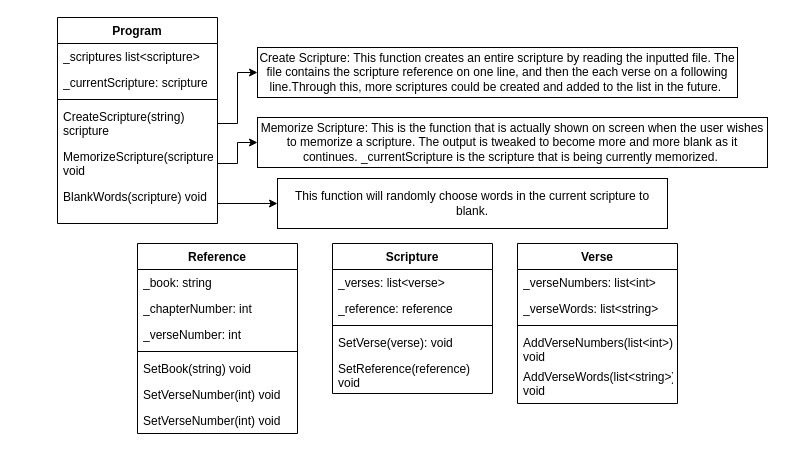
Earlier version of the draw.io diagram ScriptureProjectDesign.drawio (Jebthegamer/cse210_hw). Source tidied: cells renumbered, new cells numbered last; positions are measured from the earlier drawing's top-left corner, leaving out a move shared by most shapes. Both pictures are drawn from the tidied source at 100%, with x=0, y=0 at pixel (57, 17).
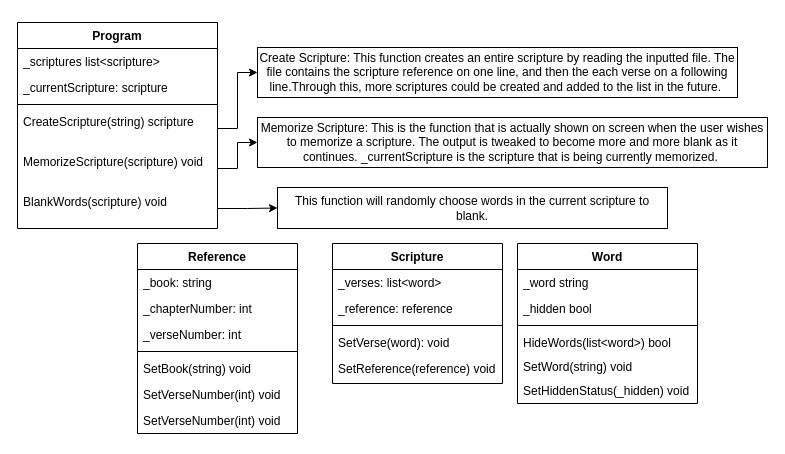
The same diagram, later.

What changed in the source:
```diff
@@
     <mxCell id="2" value="Scripture" style="swimlane;fontStyle=1;align=center;verticalAlign=top;horizontal=1;startSize=26;whiteSpace=wrap;html=1;" parent="1" vertex="1">
-      <mxGeometry x="275" y="226" width="160" height="150" as="geometry" />
+      <mxGeometry x="275" y="226" width="170" height="140" as="geometry" />
     </mxCell>
-    <mxCell id="3" value="_verses: list&amp;lt;verse&amp;gt;" style="text;strokeColor=none;fillColor=none;align=left;verticalAlign=top;spacingLeft=4;spacingRight=4;overflow=hidden;whiteSpace=wrap;html=1;" parent="2" vertex="1">
-      <mxGeometry y="26" width="160" height="26" as="geometry" />
+    <mxCell id="3" value="_verses: list&amp;lt;word&amp;gt;" style="text;strokeColor=none;fillColor=none;align=left;verticalAlign=top;spacingLeft=4;spacingRight=4;overflow=hidden;whiteSpace=wrap;html=1;" parent="2" vertex="1">
+      <mxGeometry y="26" width="170" height="26" as="geometry" />
     </mxCell>
     <mxCell id="4" value="_reference: reference" style="text;strokeColor=none;fillColor=none;align=left;verticalAlign=top;spacingLeft=4;spacingRight=4;overflow=hidden;whiteSpace=wrap;html=1;" parent="2" vertex="1">
-      <mxGeometry y="52" width="160" height="26" as="geometry" />
+      <mxGeometry y="52" width="170" height="26" as="geometry" />
     </mxCell>
     <mxCell id="5" style="line;strokeWidth=1;fillColor=none;align=left;verticalAlign=middle;spacingTop=-1;spacingLeft=3;spacingRight=3;labelPosition=right;strokeColor=inherit;" parent="2" vertex="1">
-      <mxGeometry y="78" width="160" height="8" as="geometry" />
+      <mxGeometry y="78" width="170" height="8" as="geometry" />
     </mxCell>
-    <mxCell id="6" value="SetVerse(verse): void" style="text;strokeColor=none;fillColor=none;align=left;verticalAlign=top;spacingLeft=4;spacingRight=4;overflow=hidden;whiteSpace=wrap;html=1;" parent="2" vertex="1">
-      <mxGeometry y="86" width="160" height="26" as="geometry" />
+    <mxCell id="6" value="SetVerse(word): void" style="text;strokeColor=none;fillColor=none;align=left;verticalAlign=top;spacingLeft=4;spacingRight=4;overflow=hidden;whiteSpace=wrap;html=1;" parent="2" vertex="1">
+      <mxGeometry y="86" width="170" height="26" as="geometry" />
     </mxCell>
     <mxCell id="7" value="SetReference(reference) void" style="text;strokeColor=none;fillColor=none;align=left;verticalAlign=top;spacingLeft=4;spacingRight=4;overflow=hidden;whiteSpace=wrap;html=1;" parent="2" vertex="1">
-      <mxGeometry y="112" width="160" height="38" as="geometry" />
+      <mxGeometry y="112" width="170" height="28" as="geometry" />
     </mxCell>
@@
-    <mxCell id="16" value="Verse" style="swimlane;fontStyle=1;align=center;verticalAlign=top;horizontal=1;startSize=26;whiteSpace=wrap;html=1;" parent="1" vertex="1">
-      <mxGeometry x="460" y="226" width="160" height="160" as="geometry" />
-    </mxCell>
-    <mxCell id="17" value="_verseNumbers: list&amp;lt;int&amp;gt;" style="text;strokeColor=none;fillColor=none;align=left;verticalAlign=top;spacingLeft=4;spacingRight=4;overflow=hidden;whiteSpace=wrap;html=1;" parent="16" vertex="1">
-      <mxGeometry y="26" width="160" height="26" as="geometry" />
-    </mxCell>
-    <mxCell id="18" value="_verseWords: list&amp;lt;string&amp;gt;" style="text;strokeColor=none;fillColor=none;align=left;verticalAlign=top;spacingLeft=4;spacingRight=4;overflow=hidden;whiteSpace=wrap;html=1;" parent="16" vertex="1">
-      <mxGeometry y="52" width="160" height="26" as="geometry" />
-    </mxCell>
-    <mxCell id="19" style="line;strokeWidth=1;fillColor=none;align=left;verticalAlign=middle;spacingTop=-1;spacingLeft=3;spacingRight=3;labelPosition=right;strokeColor=inherit;" parent="16" vertex="1">
-      <mxGeometry y="78" width="160" height="8" as="geometry" />
-    </mxCell>
-    <mxCell id="20" value="AddVerseNumbers(list&amp;lt;int&amp;gt;):&lt;br&gt;void" style="text;strokeColor=none;fillColor=none;align=left;verticalAlign=top;spacingLeft=4;spacingRight=4;overflow=hidden;whiteSpace=wrap;html=1;" parent="16" vertex="1">
-      <mxGeometry y="86" width="160" height="34" as="geometry" />
-    </mxCell>
-    <mxCell id="21" value="AddVerseWords(list&amp;lt;string&amp;gt;)&lt;br&gt;void" style="text;strokeColor=none;fillColor=none;align=left;verticalAlign=top;spacingLeft=4;spacingRight=4;overflow=hidden;whiteSpace=wrap;html=1;" parent="16" vertex="1">
-      <mxGeometry y="120" width="160" height="40" as="geometry" />
-    </mxCell>
@@
     <mxCell id="23" value="Program" style="swimlane;fontStyle=1;align=center;verticalAlign=top;horizontal=1;startSize=26;whiteSpace=wrap;html=1;" parent="1" vertex="1">
-      <mxGeometry width="160" height="206" as="geometry" />
+      <mxGeometry x="-40" y="5" width="200" height="206" as="geometry" />
     </mxCell>
     <mxCell id="24" value="_scriptures list&amp;lt;scripture&amp;gt;" style="text;strokeColor=none;fillColor=none;align=left;verticalAlign=top;spacingLeft=4;spacingRight=4;overflow=hidden;whiteSpace=wrap;html=1;" parent="23" vertex="1">
-      <mxGeometry y="26" width="160" height="26" as="geometry" />
+      <mxGeometry y="26" width="200" height="26" as="geometry" />
     </mxCell>
     <mxCell id="25" value="_currentScripture: scripture" style="text;strokeColor=none;fillColor=none;align=left;verticalAlign=top;spacingLeft=4;spacingRight=4;overflow=hidden;whiteSpace=wrap;html=1;" parent="23" vertex="1">
-      <mxGeometry y="52" width="160" height="26" as="geometry" />
+      <mxGeometry y="52" width="200" height="26" as="geometry" />
     </mxCell>
     <mxCell id="26" style="line;strokeWidth=1;fillColor=none;align=left;verticalAlign=middle;spacingTop=-1;spacingLeft=3;spacingRight=3;labelPosition=right;strokeColor=inherit;" parent="23" vertex="1">
-      <mxGeometry y="78" width="160" height="8" as="geometry" />
+      <mxGeometry y="78" width="200" height="8" as="geometry" />
     </mxCell>
     <mxCell id="27" value="CreateScripture(string) scripture" style="text;strokeColor=none;fillColor=none;align=left;verticalAlign=top;spacingLeft=4;spacingRight=4;overflow=hidden;points=[[0,0.5],[1,0.5]];portConstraint=eastwest;whiteSpace=wrap;html=1;" parent="23" vertex="1">
-      <mxGeometry y="86" width="160" height="40" as="geometry" />
+      <mxGeometry y="86" width="200" height="40" as="geometry" />
     </mxCell>
     <mxCell id="28" value="MemorizeScripture(scripture) void" style="text;strokeColor=none;fillColor=none;align=left;verticalAlign=top;spacingLeft=4;spacingRight=4;overflow=hidden;points=[[0,0.5],[1,0.5]];portConstraint=eastwest;whiteSpace=wrap;html=1;" parent="23" vertex="1">
-      <mxGeometry y="126" width="160" height="40" as="geometry" />
+      <mxGeometry y="126" width="200" height="40" as="geometry" />
     </mxCell>
     <mxCell id="29" value="BlankWords(scripture) void" style="text;strokeColor=none;fillColor=none;align=left;verticalAlign=top;spacingLeft=4;spacingRight=4;overflow=hidden;points=[[0,0.5],[1,0.5]];portConstraint=eastwest;whiteSpace=wrap;html=1;" parent="23" vertex="1">
-      <mxGeometry y="166" width="160" height="40" as="geometry" />
+      <mxGeometry y="166" width="200" height="40" as="geometry" />
     </mxCell>
@@
     <mxCell id="33" value="This function will randomly choose words in the current scripture to blank." style="html=1;whiteSpace=wrap;" parent="1" vertex="1">
-      <mxGeometry x="220" y="161" width="390" height="50" as="geometry" />
+      <mxGeometry x="220" y="170" width="390" height="41" as="geometry" />
     </mxCell>
@@
+    <mxCell id="35" value="Word" style="swimlane;fontStyle=1;align=center;verticalAlign=top;horizontal=1;startSize=26;whiteSpace=wrap;html=1;" parent="1" vertex="1">
+      <mxGeometry x="460" y="226" width="180" height="160" as="geometry" />
+    </mxCell>
+    <mxCell id="36" value="_word string" style="text;strokeColor=none;fillColor=none;align=left;verticalAlign=top;spacingLeft=4;spacingRight=4;overflow=hidden;whiteSpace=wrap;html=1;" parent="35" vertex="1">
+      <mxGeometry y="26" width="180" height="26" as="geometry" />
+    </mxCell>
+    <mxCell id="37" value="_hidden bool" style="text;strokeColor=none;fillColor=none;align=left;verticalAlign=top;spacingLeft=4;spacingRight=4;overflow=hidden;whiteSpace=wrap;html=1;" parent="35" vertex="1">
+      <mxGeometry y="52" width="180" height="26" as="geometry" />
+    </mxCell>
+    <mxCell id="38" style="line;strokeWidth=1;fillColor=none;align=left;verticalAlign=middle;spacingTop=-1;spacingLeft=3;spacingRight=3;labelPosition=right;strokeColor=inherit;" parent="35" vertex="1">
+      <mxGeometry y="78" width="180" height="8" as="geometry" />
+    </mxCell>
+    <mxCell id="39" value="HideWords(list&amp;lt;word&amp;gt;) bool" style="text;strokeColor=none;fillColor=none;align=left;verticalAlign=top;spacingLeft=4;spacingRight=4;overflow=hidden;whiteSpace=wrap;html=1;" parent="35" vertex="1">
+      <mxGeometry y="86" width="180" height="24" as="geometry" />
+    </mxCell>
+    <mxCell id="40" value="SetWord(string) void" style="text;strokeColor=none;fillColor=none;align=left;verticalAlign=top;spacingLeft=4;spacingRight=4;overflow=hidden;whiteSpace=wrap;html=1;" parent="35" vertex="1">
+      <mxGeometry y="110" width="180" height="24" as="geometry" />
+    </mxCell>
+    <mxCell id="41" value="SetHiddenStatus(_hidden) void" style="text;strokeColor=none;fillColor=none;align=left;verticalAlign=top;spacingLeft=4;spacingRight=4;overflow=hidden;whiteSpace=wrap;html=1;" parent="35" vertex="1">
+      <mxGeometry y="134" width="180" height="26" as="geometry" />
+    </mxCell>
```
